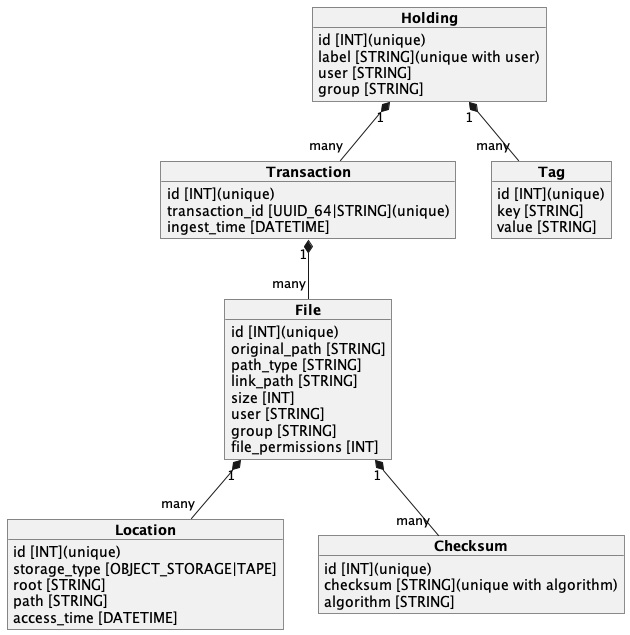
Before: docs/spec/uml/catalog_db.png, a diagram exported from PlantUML (cedadev/nlds).
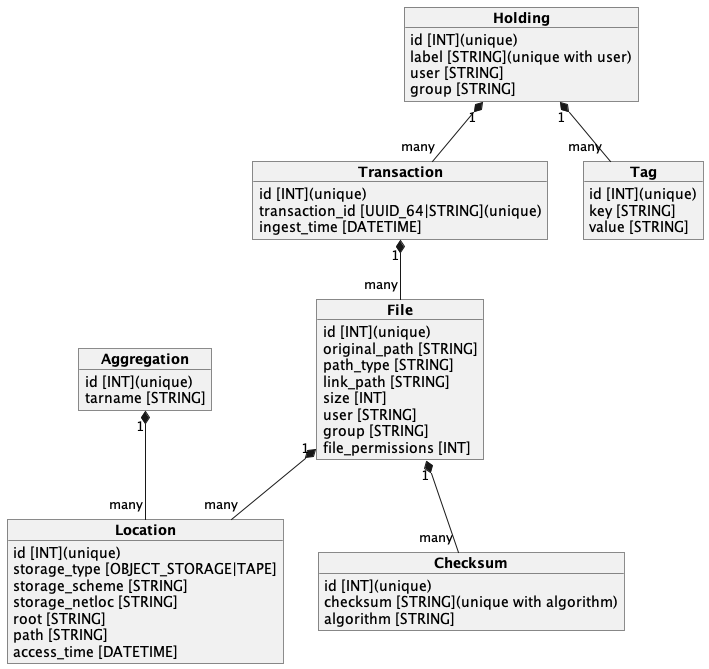
After the change.

Commit message:
Updated catalog to have aggregations

What changed in the source:
```diff
@@ -1,4 +1,4 @@
-@startuml catalog_db
+@startuml catalog_db_update
 
 object "**Holding**" as holding {
     id [INT](unique)
@@ -19,6 +19,11 @@
     value [STRING]
 }
 
+object "**Aggregation**" as aggregation {
+    id [INT](unique)
+    tarname [STRING]
+}
+
 object "**File**" as file {
     id [INT](unique)
     original_path [STRING]
@@ -33,6 +38,8 @@
 object "**Location**" as location {
     id [INT](unique)
     storage_type [OBJECT_STORAGE|TAPE]
+    storage_scheme [STRING]
+    storage_netloc [STRING]
     root [STRING]
     path [STRING]
     access_time [DATETIME]
@@ -44,6 +51,7 @@
     algorithm [STRING]
 }
 
+aggregation "1" *-- "many" location
 transaction "1" *-- "many" file
 holding "1" *-- "many" transaction
 holding "1" *-- "many" tag
```
